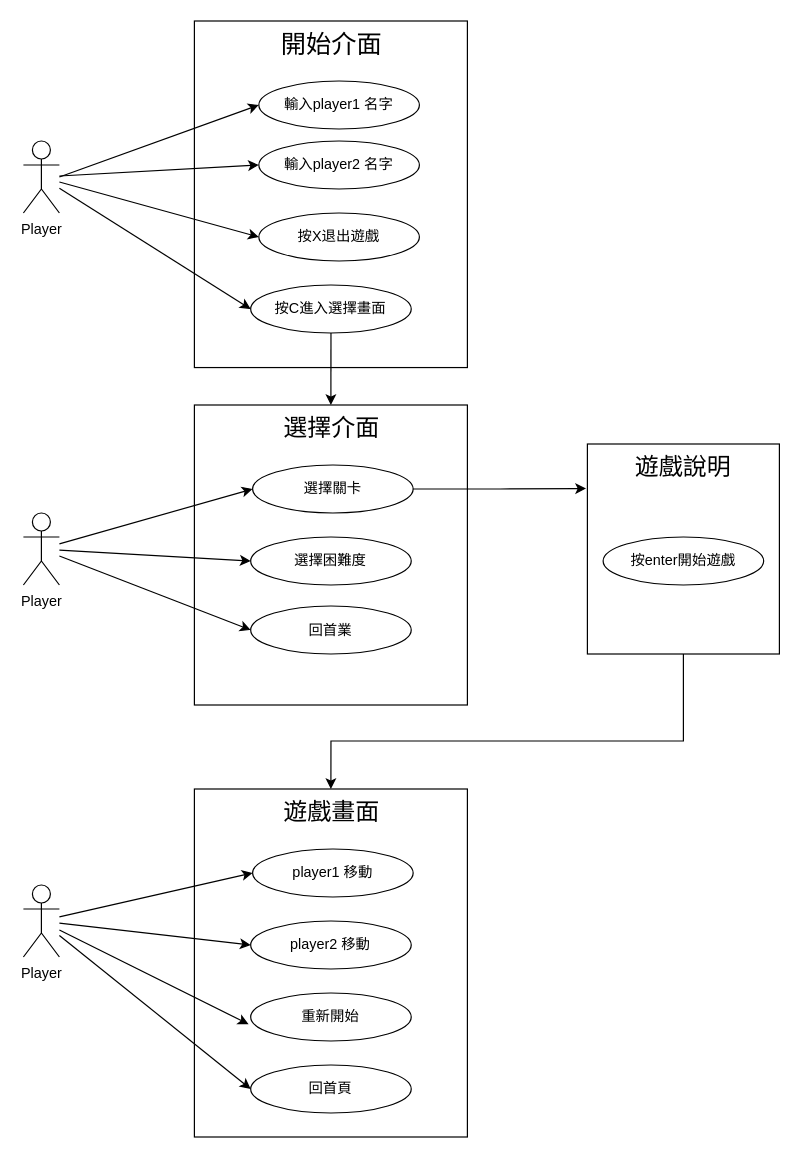
The draw.io diagram Untitled Diagram.drawio in CHUN983/nuk_assembly_project, before the edit. Source tidied: cells renumbered, new cells numbered last; positions are measured from the earlier drawing's top-left corner, leaving out a move shared by most shapes. Both pictures are drawn from the tidied source at 120%, with x=0, y=0 at pixel (23, 20).
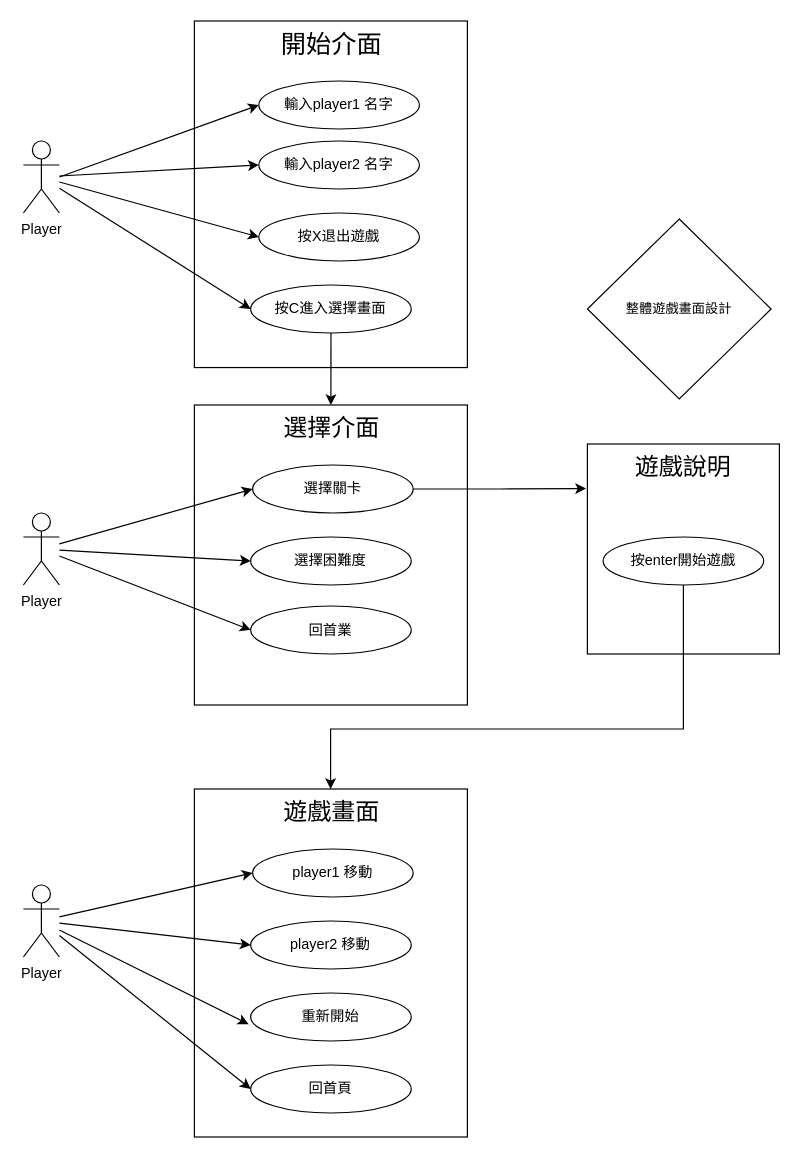
After the change.

Unchanged cells that the change refers to:
```xml
<mxCell id="2" value="&lt;font style=&quot;font-size: 20px;&quot;&gt;遊戲畫面&lt;/font&gt;" style="rounded=0;whiteSpace=wrap;html=1;align=center;verticalAlign=top;" parent="1" vertex="1">
  <mxGeometry x="142.5" y="640" width="227.5" height="290" as="geometry" />
</mxCell>
<mxCell id="27" value="&lt;font style=&quot;font-size: 20px;&quot;&gt;遊戲說明&lt;/font&gt;" style="rounded=0;whiteSpace=wrap;html=1;align=center;verticalAlign=top;" parent="1" vertex="1">
  <mxGeometry x="470" y="352.5" width="160" height="175" as="geometry" />
</mxCell>
<mxCell id="29" value="按enter開始遊戲" style="ellipse;whiteSpace=wrap;html=1;" parent="1" vertex="1">
  <mxGeometry x="483.1" y="430" width="133.8" height="40" as="geometry" />
</mxCell>
```

Diff of the diagram source:
```diff
@@
-    <mxCell id="26" style="edgeStyle=orthogonalEdgeStyle;rounded=0;jettySize=auto;html=1;entryX=0.5;entryY=0;entryDx=0;entryDy=0;strokeColor=default;align=center;verticalAlign=middle;fontFamily=Helvetica;fontSize=11;fontColor=default;labelBackgroundColor=default;endArrow=classic;" parent="1" edge="1" source="27" target="2">
-      <mxGeometry relative="1" as="geometry">
-        <Array as="points">
-          <mxPoint x="550" y="600" />
-          <mxPoint x="256" y="600" />
-        </Array>
-      </mxGeometry>
-    </mxCell>
@@
+    <mxCell id="35" style="edgeStyle=orthogonalEdgeStyle;rounded=0;jettySize=auto;html=1;strokeColor=default;align=center;verticalAlign=middle;fontFamily=Helvetica;fontSize=11;fontColor=default;labelBackgroundColor=default;endArrow=classic;" parent="1" edge="1" source="29" target="2">
+      <mxGeometry relative="1" as="geometry">
+        <Array as="points">
+          <mxPoint x="550" y="590" />
+          <mxPoint x="256" y="590" />
+        </Array>
+      </mxGeometry>
+    </mxCell>
@@
+    <mxCell id="36" value="整體遊戲畫面設計" style="rhombus;whiteSpace=wrap;html=1;fontFamily=Helvetica;fontSize=11;fontColor=default;labelBackgroundColor=default;" parent="1" vertex="1">
+      <mxGeometry x="470" y="165" width="153.1" height="150" as="geometry" />
+    </mxCell>
```
